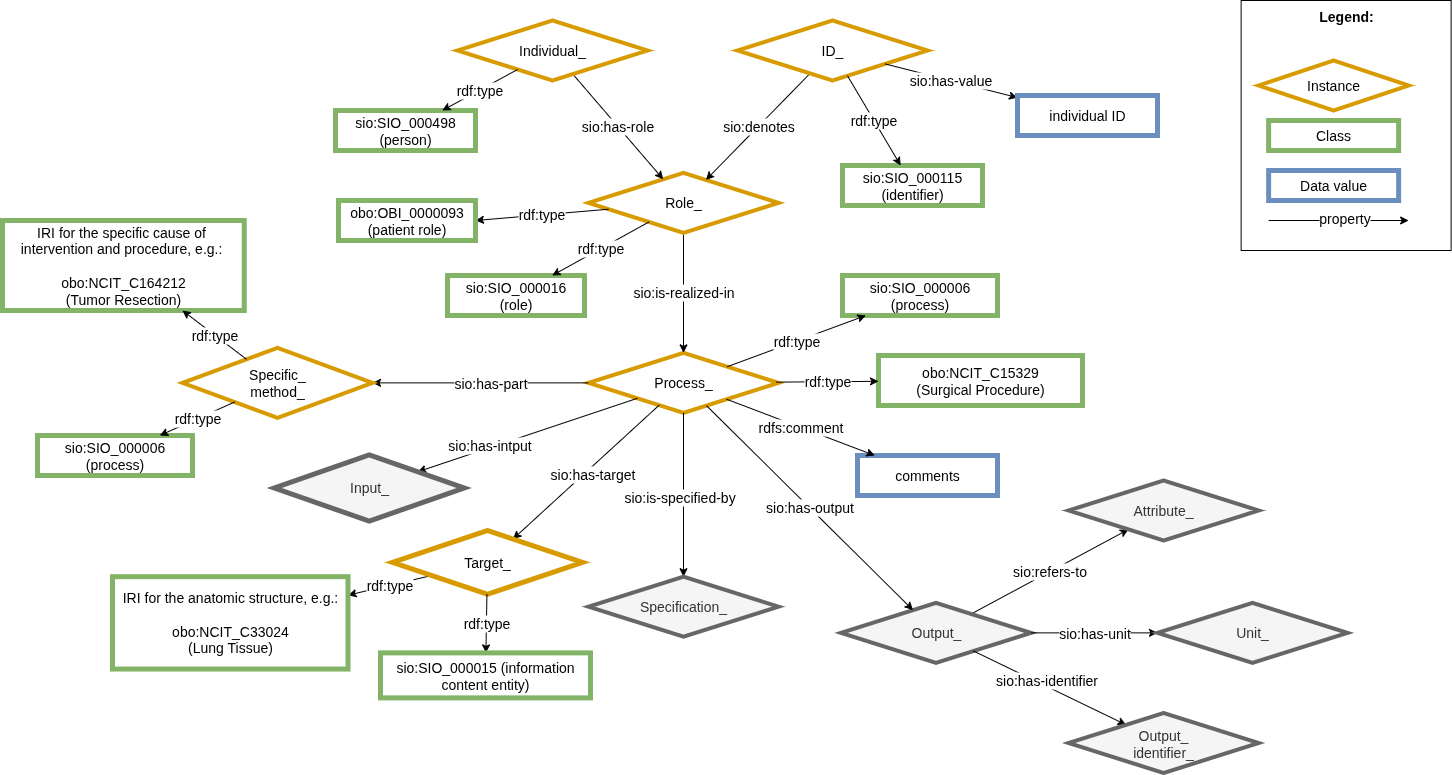
CARE-SM/CARE-Semantic-Model keeps this draw.io diagram as images/CARE-SM-Surgery.drawio.png. Above is the earlier version. Source tidied: cells renumbered, new cells last; positions are measured from the earlier drawing's top-left corner, leaving out a move shared by most shapes.
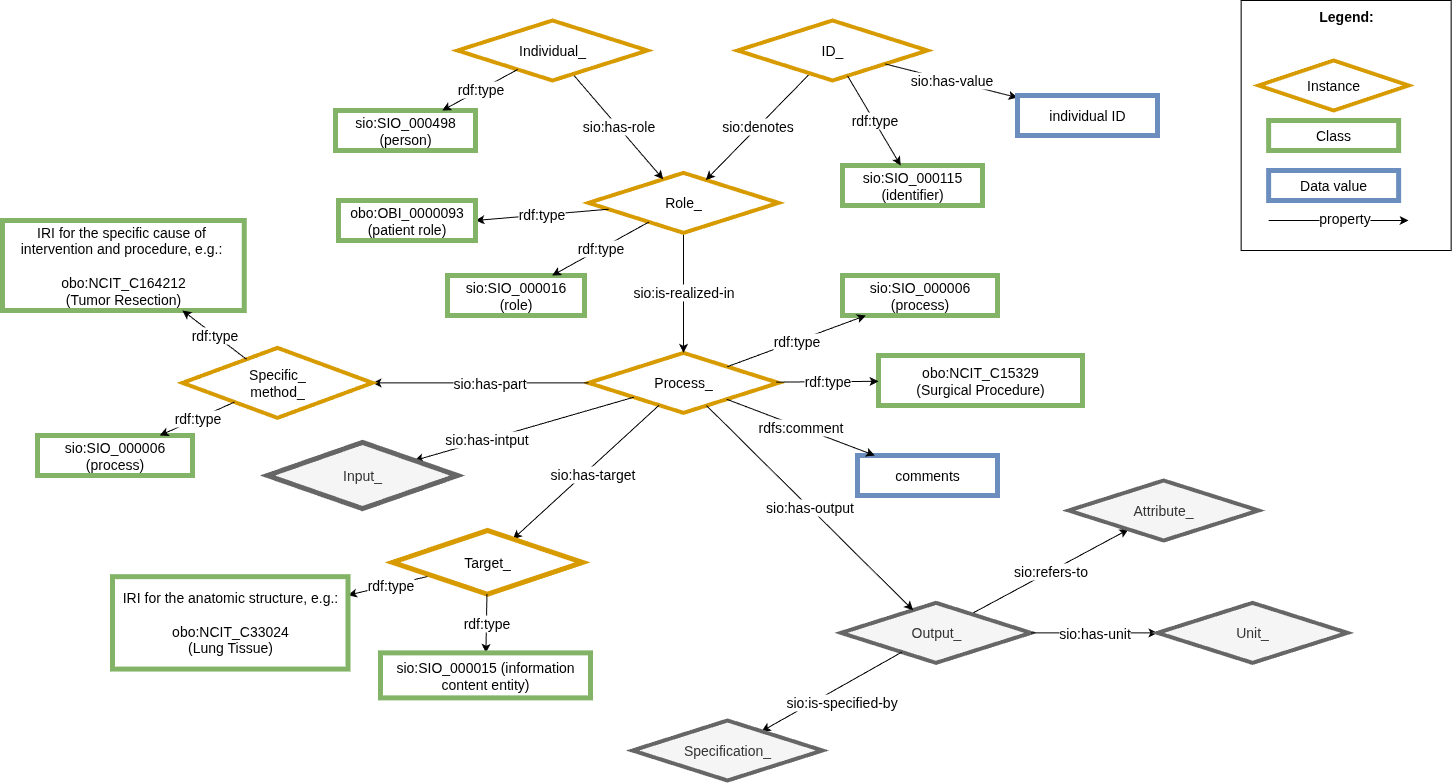
After the commit.

Diff of the diagram source:
```diff
@@ -52,7 +52,7 @@
         <mxPoint x="-61" y="18" as="offset" />
       </mxGeometry>
     </mxCell>
-    <mxCell id="18" style="edgeStyle=none;rounded=0;jettySize=auto;html=1;strokeWidth=1;fontSize=14;" parent="1" edge="1" source="4" target="59">
+    <mxCell id="18" style="edgeStyle=none;rounded=0;jettySize=auto;html=1;strokeWidth=1;fontSize=14;" parent="1" edge="1" source="3" target="59">
       <mxGeometry relative="1" as="geometry" />
     </mxCell>
     <mxCell id="19" value="sio:is-specified-by" style="edgeLabel;html=1;align=center;verticalAlign=middle;fontSize=14;" parent="18" vertex="1">
@@ -108,17 +108,6 @@
         <mxPoint x="-13" y="1" as="offset" />
       </mxGeometry>
     </mxCell>
-    <mxCell id="33" style="edgeStyle=none;rounded=0;jettySize=auto;html=1;fontSize=14;" parent="1" edge="1" source="3" target="35">
-      <mxGeometry relative="1" as="geometry" />
-    </mxCell>
-    <mxCell id="34" value="sio:has-identifier" style="edgeLabel;html=1;align=center;verticalAlign=middle;fontSize=14;" parent="33" vertex="1">
-      <mxGeometry x="-0.21" y="-1" relative="1" as="geometry">
-        <mxPoint x="13" y="-1" as="offset" />
-      </mxGeometry>
-    </mxCell>
-    <mxCell id="35" value="Output_&lt;div style=&quot;font-size: 14px;&quot;&gt;identifier_&lt;/div&gt;" style="rhombus;whiteSpace=wrap;html=1;fillColor=#f5f5f5;strokeColor=#666666;perimeter=rhombusPerimeter;arcSize=20;comic=0;enumerate=0;strokeWidth=4;rounded=0;fontSize=14;fontColor=#333333;" parent="1" vertex="1">
-      <mxGeometry x="1066.1" y="712.5" width="190" height="60" as="geometry" />
-    </mxCell>
     <mxCell id="36" value="rdf:type" style="edgeStyle=none;rounded=0;jettySize=auto;html=1;fontSize=14;" parent="1" edge="1" source="7" target="13">
       <mxGeometry relative="1" as="geometry" />
     </mxCell>
@@ -165,7 +154,7 @@
       <mxGeometry x="35" y="435" width="155" height="40" as="geometry" />
     </mxCell>
     <mxCell id="51" value="Input_" style="rhombus;whiteSpace=wrap;html=1;fillColor=#f5f5f5;strokeColor=#666666;strokeWidth=5;fontSize=14;fontColor=#333333;" parent="1" vertex="1">
-      <mxGeometry x="271.8" y="454.4" width="190" height="66.2" as="geometry" />
+      <mxGeometry x="265" y="441.9" width="190" height="66.2" as="geometry" />
     </mxCell>
     <mxCell id="52" value="rdf:type" style="edgeStyle=none;rounded=0;jettySize=auto;html=1;fontSize=14;" parent="1" edge="1" source="54" target="53">
       <mxGeometry relative="1" as="geometry" />
@@ -189,7 +178,7 @@
       <mxGeometry relative="1" as="geometry" />
     </mxCell>
     <mxCell id="59" value="Specification_" style="rhombus;whiteSpace=wrap;html=1;fillColor=#f5f5f5;strokeColor=#666666;perimeter=rhombusPerimeter;arcSize=20;comic=0;enumerate=0;strokeWidth=4;rounded=0;fontSize=14;fontColor=#333333;" parent="1" vertex="1">
-      <mxGeometry x="586" y="576.2" width="190" height="60" as="geometry" />
+      <mxGeometry x="630" y="720" width="190" height="60" as="geometry" />
     </mxCell>
   </root>
 </mxGraphModel>
```
